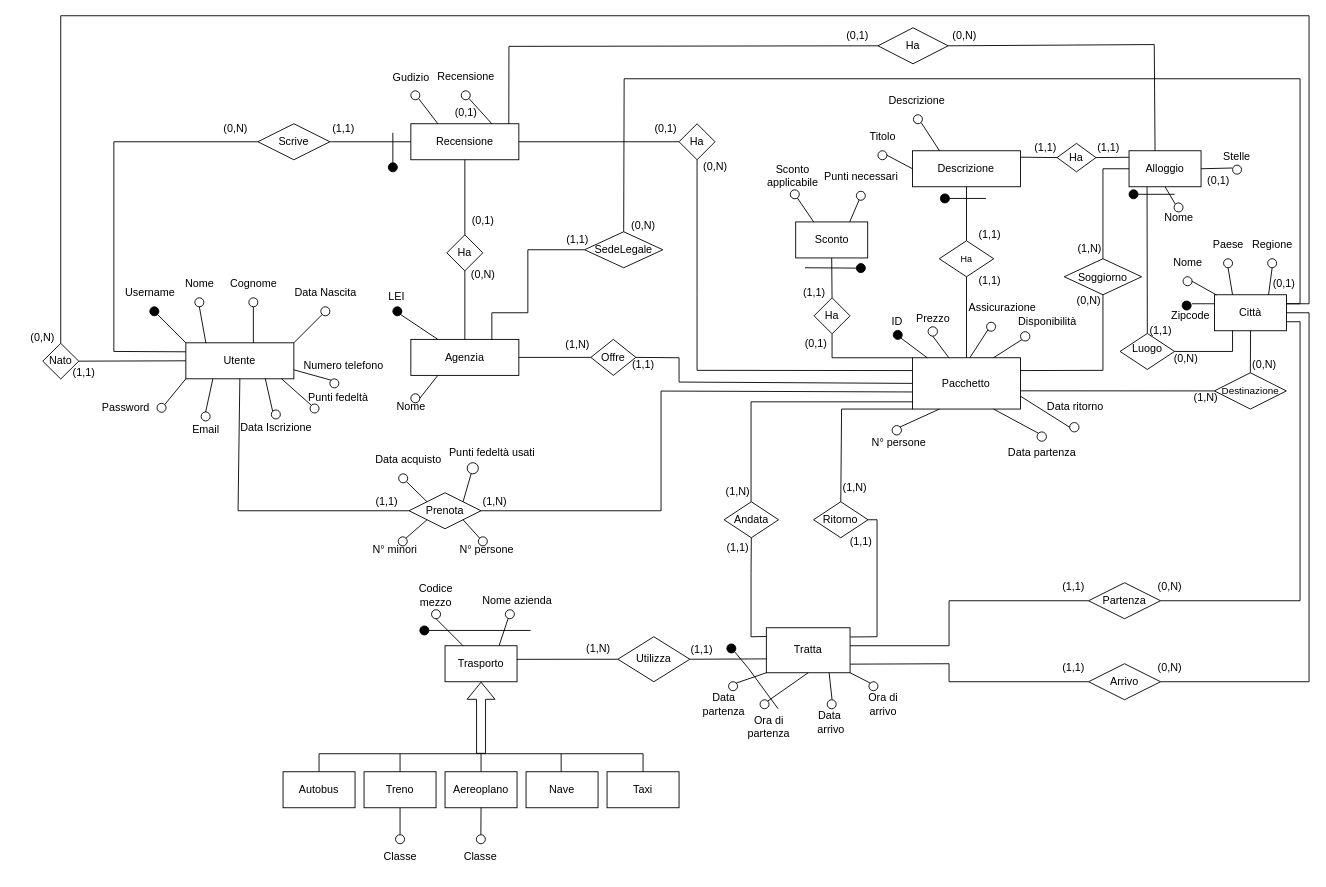
The draw.io diagram page "ER - Concettuale" (1 of 2) of ER/ER.drawio in bustre/Easy-travel, before the edit. Source tidied: cells renumbered, new cells numbered last; positions are measured from the earlier drawing's top-left corner, leaving out a move shared by most shapes. Both pictures are drawn from the tidied source at 90%, with x=0, y=0 at pixel (15, 15).
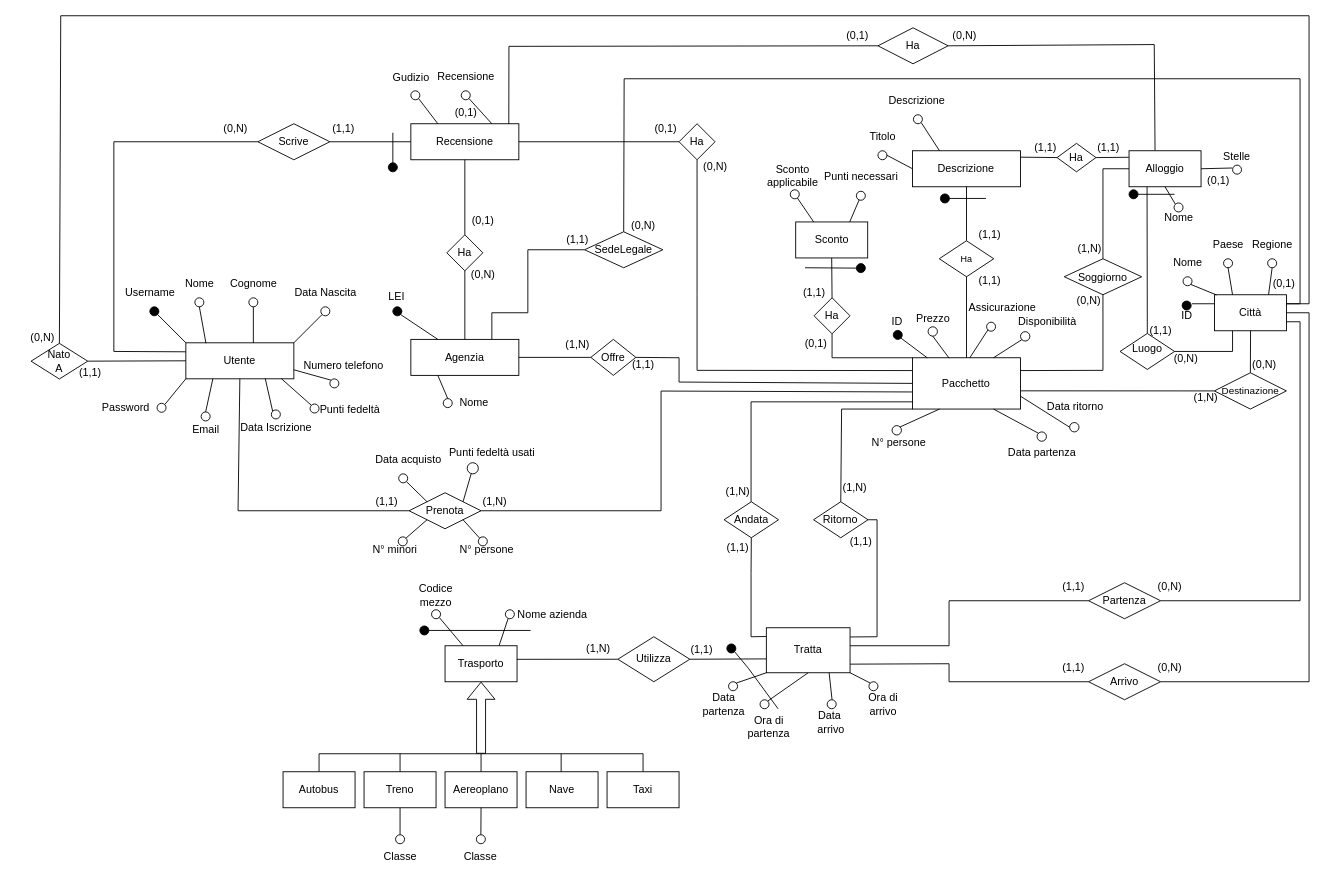
The same diagram, later.

The change refers to these unchanged cells:
```xml
<mxCell id="39" value="Città" style="rounded=0;whiteSpace=wrap;html=1;" parent="1" vertex="1">
  <mxGeometry x="1332" y="310" width="80" height="40" as="geometry" />
</mxCell>
<mxCell id="43" style="ellipse;whiteSpace=wrap;html=1;" parent="1" vertex="1">
  <mxGeometry x="1297" y="290" width="10" height="10" as="geometry" />
</mxCell>
<mxCell id="73" value="Trasporto" style="rounded=0;whiteSpace=wrap;html=1;" parent="1" vertex="1">
  <mxGeometry x="477" y="700" width="80" height="40" as="geometry" />
</mxCell>
<mxCell id="108" value="Agenzia" style="rounded=0;whiteSpace=wrap;html=1;" parent="1" vertex="1">
  <mxGeometry x="439" y="359.6" width="120" height="40" as="geometry" />
</mxCell>
<mxCell id="182" style="ellipse;whiteSpace=wrap;html=1;fillColor=none;" parent="1" vertex="1">
  <mxGeometry x="462" y="660" width="10" height="10" as="geometry" />
</mxCell>
```

Diff of the diagram source:
```diff
@@
-    <mxCell id="45" style="endArrow=none;html=1;rounded=0;exitX=0.027;exitY=0.006;exitDx=0;exitDy=0;exitPerimeter=0;entryX=1;entryY=0.5;entryDx=0;entryDy=0;" parent="1" edge="1" source="39" target="43">
+    <mxCell id="45" style="endArrow=none;html=1;rounded=0;exitX=0.027;exitY=0.006;exitDx=0;exitDy=0;exitPerimeter=0;entryX=1;entryY=1;entryDx=0;entryDy=0;" parent="1" edge="1" source="39" target="43">
       <mxGeometry relative="1" as="geometry" />
     </mxCell>
@@
     <mxCell id="162" style="ellipse;whiteSpace=wrap;html=1;" parent="1" vertex="1">
-      <mxGeometry x="439" y="420" width="10" height="10" as="geometry" />
+      <mxGeometry x="475" y="425.4" width="10" height="10" as="geometry" />
     </mxCell>
     <mxCell id="163" value="Nome" style="text;html=1;align=center;verticalAlign=middle;strokeColor=none;fillColor=none;" parent="1" vertex="1">
-      <mxGeometry x="409" y="420.2" width="60" height="30" as="geometry" />
+      <mxGeometry x="479" y="415.4" width="60" height="30" as="geometry" />
     </mxCell>
-    <mxCell id="164" style="endArrow=none;html=1;rounded=0;exitX=0.25;exitY=1;exitDx=0;exitDy=0;entryX=1;entryY=0.5;entryDx=0;entryDy=0;" parent="1" edge="1" source="108" target="162">
+    <mxCell id="164" style="endArrow=none;html=1;rounded=0;exitX=0.25;exitY=1;exitDx=0;exitDy=0;entryX=0.5;entryY=0;entryDx=0;entryDy=0;" parent="1" edge="1" source="108" target="162">
       <mxGeometry relative="1" as="geometry" />
     </mxCell>
-    <mxCell id="165" value="Nato" style="rhombus;whiteSpace=wrap;html=1;" parent="1" vertex="1">
-      <mxGeometry x="30" y="364" width="40" height="39.6" as="geometry" />
+    <mxCell id="165" value="Nato&lt;br&gt;A" style="rhombus;whiteSpace=wrap;html=1;" parent="1" vertex="1">
+      <mxGeometry x="17" y="364" width="63" height="39.6" as="geometry" />
     </mxCell>
@@
-    <mxCell id="181" style="endArrow=none;html=1;rounded=0;exitX=0.25;exitY=0;exitDx=0;exitDy=0;entryX=0.5;entryY=1;entryDx=0;entryDy=0;" parent="1" edge="1" source="73" target="182">
+    <mxCell id="181" style="endArrow=none;html=1;rounded=0;exitX=0.25;exitY=0;exitDx=0;exitDy=0;entryX=1;entryY=1;entryDx=0;entryDy=0;" parent="1" edge="1" source="73" target="182">
       <mxGeometry relative="1" as="geometry" />
     </mxCell>
@@
     <mxCell id="185" value="(1,1)" style="text;html=1;strokeColor=none;fillColor=none;align=center;verticalAlign=middle;whiteSpace=wrap;rounded=0;" parent="1" vertex="1">
-      <mxGeometry x="46" y="382.4" width="60" height="30" as="geometry" />
+      <mxGeometry x="53" y="382.4" width="60" height="30" as="geometry" />
     </mxCell>
@@
     <mxCell id="212" value="Punti fedeltà" style="text;html=1;align=center;verticalAlign=middle;strokeColor=none;fillColor=none;" parent="1" vertex="1">
-      <mxGeometry x="313" y="410" width="90" height="30" as="geometry" />
+      <mxGeometry x="326" y="423" width="90" height="30" as="geometry" />
     </mxCell>
@@
     <mxCell id="229" value="Nome azienda" style="text;html=1;align=center;verticalAlign=middle;strokeColor=none;fillColor=none;" parent="1" vertex="1">
-      <mxGeometry x="507" y="635" width="100" height="30" as="geometry" />
+      <mxGeometry x="546" y="651" width="100" height="30" as="geometry" />
     </mxCell>
@@
-    <mxCell id="263" value="Zipcode" style="text;html=1;align=center;verticalAlign=middle;strokeColor=none;fillColor=none;" parent="1" vertex="1">
-      <mxGeometry x="1270" y="318.4" width="70" height="30" as="geometry" />
+    <mxCell id="263" value="ID" style="text;html=1;align=center;verticalAlign=middle;strokeColor=none;fillColor=none;" parent="1" vertex="1">
+      <mxGeometry x="1281" y="318.4" width="40" height="30" as="geometry" />
     </mxCell>
```
